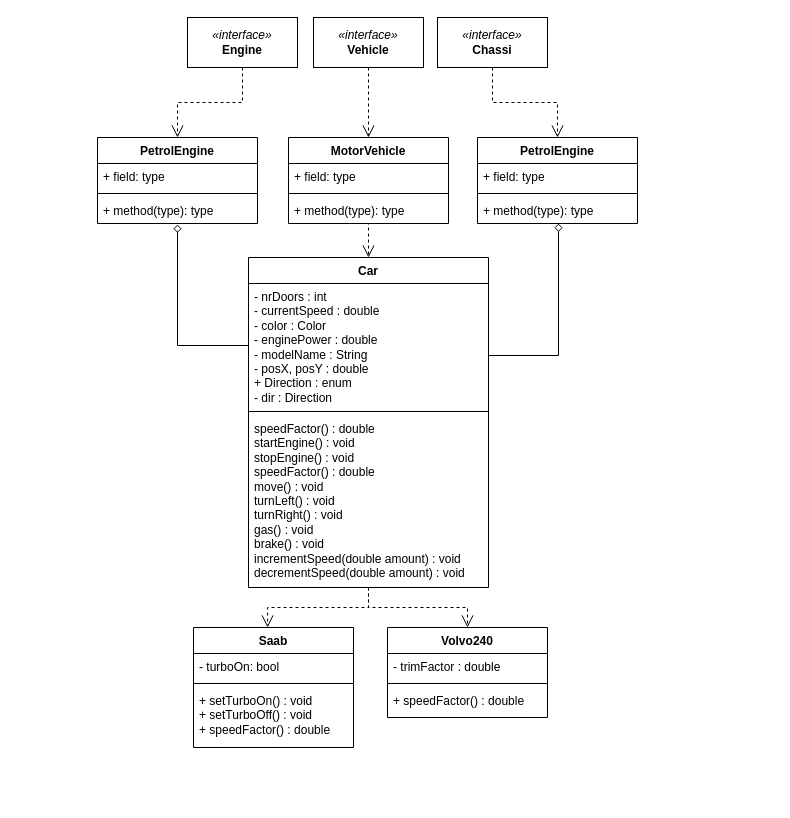
The draw.io diagram page "car" (2 of 3) of docs/Vehicle.drawio in Systemiac/oop_assignments, before the edit. Source tidied: cells renumbered, new cells numbered last; positions are measured from the earlier drawing's top-left corner, leaving out a move shared by most shapes. Both pictures are drawn from the tidied source at 100%, with x=0, y=0 at pixel (97, 17).
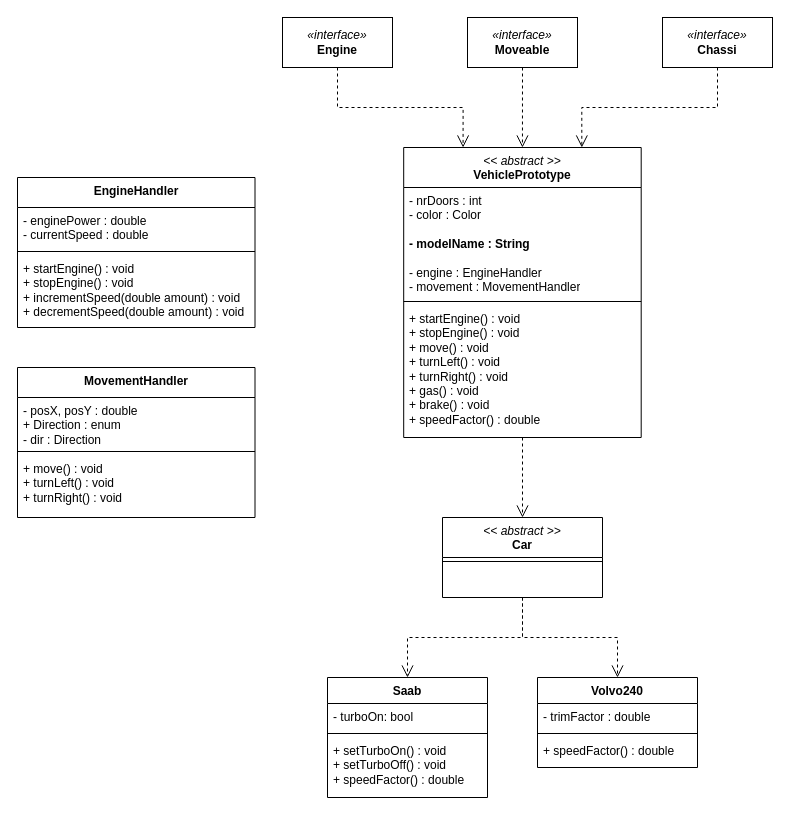
Above is the later version.

Diff of the diagram source:
```diff
@@
-    <mxCell id="2" style="edgeStyle=orthogonalEdgeStyle;rounded=0;jettySize=auto;html=1;dashed=1;endArrow=open;endFill=0;endSize=10;exitX=0.488;exitY=1;exitDx=0;exitDy=0;exitPerimeter=0;entryX=0.5;entryY=0;entryDx=0;entryDy=0;" parent="1" edge="1" source="28" target="33">
-      <mxGeometry relative="1" as="geometry" />
-    </mxCell>
-    <mxCell id="3" style="edgeStyle=orthogonalEdgeStyle;rounded=0;jettySize=auto;html=1;dashed=1;endSize=10;endArrow=open;endFill=0;" parent="1" edge="1" source="33" target="21">
-      <mxGeometry relative="1" as="geometry" />
-    </mxCell>
-    <mxCell id="4" style="edgeStyle=orthogonalEdgeStyle;rounded=0;jettySize=auto;html=1;endSize=10;endArrow=open;endFill=0;dashed=1;entryX=0.463;entryY=0;entryDx=0;entryDy=0;entryPerimeter=0;" parent="1" edge="1" source="33" target="29">
+    <mxCell id="4" style="edgeStyle=orthogonalEdgeStyle;rounded=0;jettySize=auto;html=1;endSize=10;endArrow=open;endFill=0;dashed=1;entryX=0.5;entryY=0;entryDx=0;entryDy=0;" parent="1" edge="1" source="33" target="25">
       <mxGeometry relative="1" as="geometry" />
     </mxCell>
     <mxCell id="5" value="&lt;i&gt;«interface»&lt;br&gt;&lt;/i&gt;&lt;b&gt;Engine&lt;/b&gt;" style="html=1;whiteSpace=wrap;" parent="1" vertex="1">
-      <mxGeometry x="90" width="110" height="50" as="geometry" />
+      <mxGeometry x="185" width="110" height="50" as="geometry" />
     </mxCell>
-    <mxCell id="6" value="&lt;i&gt;«interface»&lt;br&gt;&lt;/i&gt;&lt;b&gt;Vehicle&lt;/b&gt;" style="html=1;whiteSpace=wrap;" parent="1" vertex="1">
-      <mxGeometry x="216" width="110" height="50" as="geometry" />
-    </mxCell>
     <mxCell id="7" value="&lt;i&gt;«interface»&lt;br&gt;&lt;/i&gt;&lt;b&gt;Chassi&lt;/b&gt;" style="html=1;whiteSpace=wrap;" parent="1" vertex="1">
-      <mxGeometry x="340" width="110" height="50" as="geometry" />
+      <mxGeometry x="565" width="110" height="50" as="geometry" />
     </mxCell>
-    <mxCell id="8" style="edgeStyle=orthogonalEdgeStyle;rounded=0;jettySize=auto;html=1;dashed=1;endArrow=open;endFill=0;endSize=10;exitX=0.5;exitY=1;exitDx=0;exitDy=0;entryX=0.5;entryY=0;entryDx=0;entryDy=0;" parent="1" edge="1" source="5" target="13">
+    <mxCell id="8" style="edgeStyle=orthogonalEdgeStyle;rounded=0;jettySize=auto;html=1;dashed=1;endArrow=open;endFill=0;endSize=10;exitX=0.5;exitY=1;exitDx=0;exitDy=0;entryX=0.25;entryY=0;entryDx=0;entryDy=0;" parent="1" edge="1" source="5" target="33">
       <mxGeometry relative="1" as="geometry" />
     </mxCell>
-    <mxCell id="9" style="edgeStyle=orthogonalEdgeStyle;rounded=0;jettySize=auto;html=1;dashed=1;endArrow=open;endFill=0;endSize=10;exitX=0.5;exitY=1;exitDx=0;exitDy=0;entryX=0.5;entryY=0;entryDx=0;entryDy=0;" parent="1" edge="1" source="7" target="17">
+    <mxCell id="9" style="edgeStyle=orthogonalEdgeStyle;rounded=0;jettySize=auto;html=1;dashed=1;endArrow=open;endFill=0;endSize=10;exitX=0.5;exitY=1;exitDx=0;exitDy=0;entryX=0.75;entryY=0;entryDx=0;entryDy=0;" parent="1" edge="1" source="7" target="33">
       <mxGeometry relative="1" as="geometry" />
     </mxCell>
-    <mxCell id="10" style="edgeStyle=orthogonalEdgeStyle;rounded=0;jettySize=auto;html=1;dashed=1;endArrow=open;endFill=0;endSize=10;exitX=0.5;exitY=1;exitDx=0;exitDy=0;entryX=0.5;entryY=0;entryDx=0;entryDy=0;" parent="1" edge="1" source="6" target="25">
-      <mxGeometry relative="1" as="geometry" />
-    </mxCell>
-    <mxCell id="11" style="edgeStyle=orthogonalEdgeStyle;rounded=0;jettySize=auto;html=1;endArrow=none;endFill=0;endSize=10;exitX=0.5;exitY=1.038;exitDx=0;exitDy=0;startArrow=diamond;startFill=0;exitPerimeter=0;entryX=0;entryY=0.5;entryDx=0;entryDy=0;" parent="1" edge="1" source="16" target="34">
-      <mxGeometry relative="1" as="geometry" />
-    </mxCell>
-    <mxCell id="12" style="edgeStyle=orthogonalEdgeStyle;rounded=0;jettySize=auto;html=1;endArrow=none;endFill=0;endSize=10;startFill=0;startArrow=diamond;entryX=1;entryY=0.5;entryDx=0;entryDy=0;" parent="1" edge="1" source="17" target="34">
-      <mxGeometry relative="1" as="geometry">
-        <Array as="points">
-          <mxPoint x="461" y="338" />
-        </Array>
-      </mxGeometry>
-    </mxCell>
-    <mxCell id="13" value="PetrolEngine" style="swimlane;fontStyle=1;align=center;verticalAlign=top;horizontal=1;startSize=26;whiteSpace=wrap;html=1;" parent="1" vertex="1">
-      <mxGeometry y="120" width="160" height="86" as="geometry" />
-    </mxCell>
-    <mxCell id="14" value="+ field: type" style="text;strokeColor=none;fillColor=none;align=left;verticalAlign=top;spacingLeft=4;spacingRight=4;overflow=hidden;whiteSpace=wrap;html=1;" parent="13" vertex="1">
-      <mxGeometry y="26" width="160" height="26" as="geometry" />
-    </mxCell>
-    <mxCell id="15" style="line;strokeWidth=1;fillColor=none;align=left;verticalAlign=middle;spacingTop=-1;spacingLeft=3;spacingRight=3;labelPosition=right;strokeColor=inherit;" parent="13" vertex="1">
-      <mxGeometry y="52" width="160" height="8" as="geometry" />
-    </mxCell>
-    <mxCell id="16" value="+ method(type): type" style="text;strokeColor=none;fillColor=none;align=left;verticalAlign=top;spacingLeft=4;spacingRight=4;overflow=hidden;points=[[0,0.5],[1,0.5]];portConstraint=eastwest;whiteSpace=wrap;html=1;" parent="13" vertex="1">
-      <mxGeometry y="60" width="160" height="26" as="geometry" />
-    </mxCell>
-    <mxCell id="17" value="PetrolEngine" style="swimlane;fontStyle=1;align=center;verticalAlign=top;horizontal=1;startSize=26;whiteSpace=wrap;html=1;" parent="1" vertex="1">
-      <mxGeometry x="380" y="120" width="160" height="86" as="geometry" />
-    </mxCell>
-    <mxCell id="18" value="+ field: type" style="text;strokeColor=none;fillColor=none;align=left;verticalAlign=top;spacingLeft=4;spacingRight=4;overflow=hidden;whiteSpace=wrap;html=1;" parent="17" vertex="1">
-      <mxGeometry y="26" width="160" height="26" as="geometry" />
-    </mxCell>
-    <mxCell id="19" style="line;strokeWidth=1;fillColor=none;align=left;verticalAlign=middle;spacingTop=-1;spacingLeft=3;spacingRight=3;labelPosition=right;strokeColor=inherit;" parent="17" vertex="1">
-      <mxGeometry y="52" width="160" height="8" as="geometry" />
-    </mxCell>
-    <mxCell id="20" value="+ method(type): type" style="text;strokeColor=none;fillColor=none;align=left;verticalAlign=top;spacingLeft=4;spacingRight=4;overflow=hidden;whiteSpace=wrap;html=1;" parent="17" vertex="1">
-      <mxGeometry y="60" width="160" height="26" as="geometry" />
-    </mxCell>
     <mxCell id="21" value="Volvo240" style="swimlane;fontStyle=1;align=center;verticalAlign=top;horizontal=1;startSize=26;whiteSpace=wrap;html=1;" parent="1" vertex="1">
-      <mxGeometry x="290" y="610" width="160" height="90" as="geometry" />
+      <mxGeometry x="440" y="660" width="160" height="90" as="geometry" />
     </mxCell>
@@
-    <mxCell id="25" value="MotorVehicle" style="swimlane;fontStyle=1;align=center;verticalAlign=top;horizontal=1;startSize=26;whiteSpace=wrap;html=1;" parent="1" vertex="1">
-      <mxGeometry x="191" y="120" width="160" height="86" as="geometry" />
+    <mxCell id="25" value="&lt;div&gt;&lt;span style=&quot;font-weight: normal;&quot;&gt;&lt;i&gt;&amp;lt;&amp;lt; abstract &amp;gt;&amp;gt;&lt;/i&gt;&lt;/span&gt;&lt;/div&gt;Car&lt;div&gt;&lt;/div&gt;" style="swimlane;fontStyle=1;align=center;verticalAlign=top;horizontal=1;startSize=40;whiteSpace=wrap;html=1;" parent="1" vertex="1">
+      <mxGeometry x="345" y="500" width="160" height="80" as="geometry" />
     </mxCell>
-    <mxCell id="26" value="+ field: type" style="text;strokeColor=none;fillColor=none;align=left;verticalAlign=top;spacingLeft=4;spacingRight=4;overflow=hidden;whiteSpace=wrap;html=1;" parent="25" vertex="1">
-      <mxGeometry y="26" width="160" height="26" as="geometry" />
-    </mxCell>
     <mxCell id="27" style="line;strokeWidth=1;fillColor=none;align=left;verticalAlign=middle;spacingTop=-1;spacingLeft=3;spacingRight=3;labelPosition=right;strokeColor=inherit;" parent="25" vertex="1">
-      <mxGeometry y="52" width="160" height="8" as="geometry" />
+      <mxGeometry y="40" width="160" height="8" as="geometry" />
     </mxCell>
-    <mxCell id="28" value="+ method(type): type" style="text;strokeColor=none;fillColor=none;align=left;verticalAlign=top;spacingLeft=4;spacingRight=4;overflow=hidden;points=[[0,0.5],[1,0.5]];portConstraint=eastwest;whiteSpace=wrap;html=1;" parent="25" vertex="1">
-      <mxGeometry y="60" width="160" height="26" as="geometry" />
+    <mxCell id="28" value="&lt;div&gt;&lt;br&gt;&lt;/div&gt;" style="text;strokeColor=none;fillColor=none;align=left;verticalAlign=top;spacingLeft=4;spacingRight=4;overflow=hidden;points=[[0,0.5],[1,0.5]];portConstraint=eastwest;whiteSpace=wrap;html=1;" parent="25" vertex="1">
+      <mxGeometry y="48" width="160" height="32" as="geometry" />
     </mxCell>
     <mxCell id="29" value="Saab" style="swimlane;fontStyle=1;align=center;verticalAlign=top;horizontal=1;startSize=26;whiteSpace=wrap;html=1;" parent="1" vertex="1">
-      <mxGeometry x="96" y="610" width="160" height="120" as="geometry" />
+      <mxGeometry x="230" y="660" width="160" height="120" as="geometry" />
     </mxCell>
@@
-    <mxCell id="33" value="Car" style="swimlane;fontStyle=1;align=center;verticalAlign=top;horizontal=1;startSize=26;whiteSpace=wrap;html=1;" parent="1" vertex="1">
-      <mxGeometry x="151" y="240" width="240" height="330" as="geometry" />
+    <mxCell id="33" value="&lt;div&gt;&lt;span style=&quot;font-weight: normal;&quot;&gt;&lt;i&gt;&amp;lt;&amp;lt; abstract &amp;gt;&amp;gt;&lt;/i&gt;&lt;/span&gt;&lt;/div&gt;VehiclePrototype" style="swimlane;fontStyle=1;align=center;verticalAlign=top;horizontal=1;startSize=40;whiteSpace=wrap;html=1;" parent="1" vertex="1">
+      <mxGeometry x="306.2" y="130" width="237.5" height="290" as="geometry" />
     </mxCell>
-    <mxCell id="34" value="&lt;div&gt;- nrDoors : int&lt;/div&gt;&lt;div&gt;-&amp;nbsp;&lt;span style=&quot;background-color: transparent; color: light-dark(rgb(0, 0, 0), rgb(255, 255, 255));&quot;&gt;currentSpeed :&lt;/span&gt;&lt;span style=&quot;background-color: transparent; color: light-dark(rgb(0, 0, 0), rgb(255, 255, 255));&quot;&gt;&amp;nbsp;double&amp;nbsp;&lt;/span&gt;&lt;/div&gt;&lt;div&gt;- color :&amp;nbsp;&lt;span style=&quot;background-color: transparent; color: light-dark(rgb(0, 0, 0), rgb(255, 255, 255));&quot;&gt;Color&lt;/span&gt;&lt;/div&gt;&lt;div&gt;- enginePower : double&lt;/div&gt;&lt;div&gt;- modelName :&amp;nbsp;&lt;span style=&quot;background-color: transparent; color: light-dark(rgb(0, 0, 0), rgb(255, 255, 255));&quot;&gt;String&lt;/span&gt;&lt;span style=&quot;background-color: transparent; color: light-dark(rgb(0, 0, 0), rgb(255, 255, 255));&quot;&gt;&amp;nbsp;&lt;/span&gt;&lt;/div&gt;&lt;div&gt;- posX, posY : double&lt;/div&gt;&lt;div&gt;+ Direction :&amp;nbsp;&lt;span style=&quot;background-color: transparent; color: light-dark(rgb(0, 0, 0), rgb(255, 255, 255));&quot;&gt;enum&lt;/span&gt;&lt;span style=&quot;background-color: transparent; color: light-dark(rgb(0, 0, 0), rgb(255, 255, 255));&quot;&gt;&amp;nbsp;&lt;/span&gt;&lt;/div&gt;&lt;div&gt;- dir :&amp;nbsp;&lt;span style=&quot;background-color: transparent; color: light-dark(rgb(0, 0, 0), rgb(255, 255, 255));&quot;&gt;Direction&lt;/span&gt;&lt;/div&gt;" style="text;strokeColor=none;fillColor=none;align=left;verticalAlign=top;spacingLeft=4;spacingRight=4;overflow=hidden;points=[[0,0.5],[1,0.5]];portConstraint=eastwest;whiteSpace=wrap;html=1;" parent="33" vertex="1">
-      <mxGeometry y="26" width="240" height="124" as="geometry" />
+    <mxCell id="34" value="&lt;div&gt;- nrDoors : int&lt;/div&gt;&lt;div&gt;&lt;div&gt;- color :&amp;nbsp;&lt;span style=&quot;background-color: transparent; color: light-dark(rgb(0, 0, 0), rgb(255, 255, 255));&quot;&gt;Color&lt;/span&gt;&lt;/div&gt;&lt;/div&gt;&lt;div&gt;&lt;span style=&quot;background-color: transparent; color: light-dark(rgb(0, 0, 0), rgb(255, 255, 255));&quot;&gt;&lt;br&gt;&lt;/span&gt;&lt;/div&gt;&lt;div&gt;&lt;b style=&quot;background-color: transparent; color: light-dark(rgb(0, 0, 0), rgb(255, 255, 255));&quot;&gt;- modelName :&amp;nbsp;&lt;span style=&quot;background-color: transparent; color: light-dark(rgb(0, 0, 0), rgb(255, 255, 255));&quot;&gt;String&lt;/span&gt;&lt;span style=&quot;background-color: transparent; color: light-dark(rgb(0, 0, 0), rgb(255, 255, 255));&quot;&gt;&amp;nbsp;&lt;/span&gt;&lt;/b&gt;&lt;br&gt;&lt;/div&gt;&lt;div&gt;&lt;br&gt;&lt;/div&gt;&lt;div&gt;- engine :&amp;nbsp;&lt;span style=&quot;background-color: transparent; color: light-dark(rgb(0, 0, 0), rgb(255, 255, 255));&quot;&gt;EngineHandler&lt;/span&gt;&lt;span style=&quot;background-color: transparent; color: light-dark(rgb(0, 0, 0), rgb(255, 255, 255));&quot;&gt;&amp;nbsp;&lt;/span&gt;&lt;br&gt;&lt;/div&gt;&lt;div&gt;- movement :&amp;nbsp;&lt;span style=&quot;background-color: transparent; color: light-dark(rgb(0, 0, 0), rgb(255, 255, 255));&quot;&gt;MovementHandler&lt;/span&gt;&lt;br&gt;&lt;/div&gt;" style="text;strokeColor=none;fillColor=none;align=left;verticalAlign=top;spacingLeft=4;spacingRight=4;overflow=hidden;points=[[0,0.5],[1,0.5]];portConstraint=eastwest;whiteSpace=wrap;html=1;" parent="33" vertex="1">
+      <mxGeometry y="40" width="237.5" height="110" as="geometry" />
     </mxCell>
     <mxCell id="35" style="line;strokeWidth=1;fillColor=none;align=left;verticalAlign=middle;spacingTop=-1;spacingLeft=3;spacingRight=3;labelPosition=right;strokeColor=inherit;" parent="33" vertex="1">
-      <mxGeometry y="150" width="240" height="8" as="geometry" />
+      <mxGeometry y="150" width="237.5" height="8" as="geometry" />
     </mxCell>
-    <mxCell id="36" value="&lt;div&gt;speedFactor() : double&lt;/div&gt;&lt;div&gt;startEngine() : void&lt;/div&gt;&lt;div&gt;stopEngine() : void&lt;/div&gt;&lt;div&gt;speedFactor() : double&lt;/div&gt;&lt;div&gt;move() : void&lt;/div&gt;&lt;div&gt;turnLeft() : void&lt;/div&gt;&lt;div&gt;turnRight() : void&lt;/div&gt;&lt;div&gt;gas() : void&lt;/div&gt;&lt;div&gt;brake() : void&lt;/div&gt;&lt;div&gt;incrementSpeed(double amount) : void&lt;/div&gt;&lt;div&gt;decrementSpeed(double amount) : void&lt;/div&gt;" style="text;strokeColor=none;fillColor=none;align=left;verticalAlign=top;spacingLeft=4;spacingRight=4;overflow=hidden;whiteSpace=wrap;html=1;" parent="33" vertex="1">
-      <mxGeometry y="158" width="240" height="172" as="geometry" />
+    <mxCell id="36" value="&lt;div&gt;&lt;div&gt;&lt;span style=&quot;background-color: transparent; color: light-dark(rgb(0, 0, 0), rgb(255, 255, 255));&quot;&gt;+ startEngine() : void&lt;/span&gt;&lt;br&gt;&lt;/div&gt;&lt;/div&gt;&lt;div&gt;&lt;span style=&quot;background-color: transparent; color: light-dark(rgb(0, 0, 0), rgb(255, 255, 255));&quot;&gt;+ stopEngine() : void&lt;/span&gt;&lt;br&gt;&lt;/div&gt;&lt;div&gt;&lt;div&gt;+ move() : void&lt;/div&gt;&lt;div&gt;+ turnLeft() : void&lt;/div&gt;&lt;div&gt;+ turnRight() : void&lt;/div&gt;&lt;/div&gt;&lt;div&gt;&lt;span style=&quot;background-color: transparent; color: light-dark(rgb(0, 0, 0), rgb(255, 255, 255));&quot;&gt;+ gas() : void&lt;/span&gt;&lt;br&gt;&lt;/div&gt;&lt;div&gt;+ brake() : void&lt;/div&gt;&lt;div&gt;+ speedFactor() : double&lt;br&gt;&lt;/div&gt;" style="text;strokeColor=none;fillColor=none;align=left;verticalAlign=top;spacingLeft=4;spacingRight=4;overflow=hidden;whiteSpace=wrap;html=1;" parent="33" vertex="1">
+      <mxGeometry y="158" width="237.5" height="132" as="geometry" />
     </mxCell>
+    <mxCell id="37" value="&lt;i&gt;«interface»&lt;br&gt;&lt;/i&gt;&lt;b&gt;Moveable&lt;/b&gt;" style="html=1;whiteSpace=wrap;" parent="1" vertex="1">
+      <mxGeometry x="370" width="110" height="50" as="geometry" />
+    </mxCell>
+    <mxCell id="38" style="edgeStyle=orthogonalEdgeStyle;rounded=0;jettySize=auto;html=1;dashed=1;endArrow=open;endFill=0;endSize=10;exitX=0.5;exitY=1;exitDx=0;exitDy=0;entryX=0.5;entryY=0;entryDx=0;entryDy=0;" parent="1" edge="1" source="37" target="33">
+      <mxGeometry relative="1" as="geometry" />
+    </mxCell>
+    <mxCell id="39" style="edgeStyle=orthogonalEdgeStyle;rounded=0;jettySize=auto;html=1;endSize=10;endArrow=open;endFill=0;dashed=1;" parent="1" edge="1" source="25" target="29">
+      <mxGeometry relative="1" as="geometry" />
+    </mxCell>
+    <mxCell id="40" style="edgeStyle=orthogonalEdgeStyle;rounded=0;jettySize=auto;html=1;endSize=10;endArrow=open;endFill=0;dashed=1;entryX=0.5;entryY=0;entryDx=0;entryDy=0;" parent="1" edge="1" source="25" target="21">
+      <mxGeometry relative="1" as="geometry" />
+    </mxCell>
+    <mxCell id="41" value="EngineHandler&lt;div&gt;&lt;/div&gt;" style="swimlane;fontStyle=1;align=center;verticalAlign=top;horizontal=1;startSize=30;whiteSpace=wrap;html=1;" parent="1" vertex="1">
+      <mxGeometry x="-80" y="160" width="237.5" height="150" as="geometry" />
+    </mxCell>
+    <mxCell id="42" value="&lt;div&gt;&lt;span style=&quot;background-color: transparent; color: light-dark(rgb(0, 0, 0), rgb(255, 255, 255));&quot;&gt;- enginePower : double&lt;/span&gt;&lt;br&gt;&lt;/div&gt;&lt;div&gt;&lt;div&gt;&lt;span style=&quot;background-color: transparent; color: light-dark(rgb(0, 0, 0), rgb(255, 255, 255));&quot;&gt;-&amp;nbsp;&lt;/span&gt;&lt;span style=&quot;background-color: transparent; color: light-dark(rgb(0, 0, 0), rgb(255, 255, 255));&quot;&gt;currentSpeed :&lt;/span&gt;&lt;span style=&quot;background-color: transparent; color: light-dark(rgb(0, 0, 0), rgb(255, 255, 255));&quot;&gt;&amp;nbsp;double&amp;nbsp;&lt;/span&gt;&lt;/div&gt;&lt;/div&gt;" style="text;strokeColor=none;fillColor=none;align=left;verticalAlign=top;spacingLeft=4;spacingRight=4;overflow=hidden;whiteSpace=wrap;html=1;" parent="41" vertex="1">
+      <mxGeometry y="30" width="237.5" height="40" as="geometry" />
+    </mxCell>
+    <mxCell id="43" style="line;strokeWidth=1;fillColor=none;align=left;verticalAlign=middle;spacingTop=-1;spacingLeft=3;spacingRight=3;labelPosition=right;strokeColor=inherit;" parent="41" vertex="1">
+      <mxGeometry y="70" width="237.5" height="8" as="geometry" />
+    </mxCell>
+    <mxCell id="44" value="&lt;div&gt;&lt;span style=&quot;background-color: transparent; color: light-dark(rgb(0, 0, 0), rgb(255, 255, 255));&quot;&gt;+ startEngine() : void&lt;/span&gt;&lt;br&gt;&lt;/div&gt;&lt;div&gt;+ stopEngine() : void&lt;/div&gt;&lt;div&gt;&lt;span style=&quot;background-color: transparent; color: light-dark(rgb(0, 0, 0), rgb(255, 255, 255));&quot;&gt;+&amp;nbsp;&lt;/span&gt;&lt;span style=&quot;background-color: transparent; color: light-dark(rgb(0, 0, 0), rgb(255, 255, 255));&quot;&gt;incrementSpeed(double amount) : void&lt;/span&gt;&lt;br&gt;&lt;/div&gt;&lt;div&gt;+ decrementSpeed(double amount) : void&lt;/div&gt;" style="text;strokeColor=none;fillColor=none;align=left;verticalAlign=top;spacingLeft=4;spacingRight=4;overflow=hidden;whiteSpace=wrap;html=1;" parent="41" vertex="1">
+      <mxGeometry y="78" width="237.5" height="72" as="geometry" />
+    </mxCell>
+    <mxCell id="45" value="MovementHandler&lt;div&gt;&lt;/div&gt;" style="swimlane;fontStyle=1;align=center;verticalAlign=top;horizontal=1;startSize=30;whiteSpace=wrap;html=1;" parent="1" vertex="1">
+      <mxGeometry x="-80" y="350" width="237.5" height="150" as="geometry" />
+    </mxCell>
+    <mxCell id="46" value="&lt;div&gt;- posX, posY : double&lt;/div&gt;&lt;div&gt;+ Direction :&amp;nbsp;&lt;span style=&quot;background-color: transparent; color: light-dark(rgb(0, 0, 0), rgb(255, 255, 255));&quot;&gt;enum&lt;/span&gt;&lt;span style=&quot;background-color: transparent; color: light-dark(rgb(0, 0, 0), rgb(255, 255, 255));&quot;&gt;&amp;nbsp;&lt;/span&gt;&lt;/div&gt;&lt;div&gt;- dir :&amp;nbsp;&lt;span style=&quot;background-color: transparent; color: light-dark(rgb(0, 0, 0), rgb(255, 255, 255));&quot;&gt;Direction&lt;/span&gt;&lt;/div&gt;" style="text;strokeColor=none;fillColor=none;align=left;verticalAlign=top;spacingLeft=4;spacingRight=4;overflow=hidden;whiteSpace=wrap;html=1;" parent="45" vertex="1">
+      <mxGeometry y="30" width="237.5" height="50" as="geometry" />
+    </mxCell>
+    <mxCell id="47" style="line;strokeWidth=1;fillColor=none;align=left;verticalAlign=middle;spacingTop=-1;spacingLeft=3;spacingRight=3;labelPosition=right;strokeColor=inherit;" parent="45" vertex="1">
+      <mxGeometry y="80" width="237.5" height="8" as="geometry" />
+    </mxCell>
+    <mxCell id="48" value="&lt;div&gt;&lt;div&gt;+ move() : void&lt;/div&gt;&lt;div&gt;+ turnLeft() : void&lt;/div&gt;&lt;div&gt;+ turnRight() : void&lt;/div&gt;&lt;/div&gt;" style="text;strokeColor=none;fillColor=none;align=left;verticalAlign=top;spacingLeft=4;spacingRight=4;overflow=hidden;whiteSpace=wrap;html=1;" parent="45" vertex="1">
+      <mxGeometry y="88" width="237.5" height="62" as="geometry" />
+    </mxCell>
```
